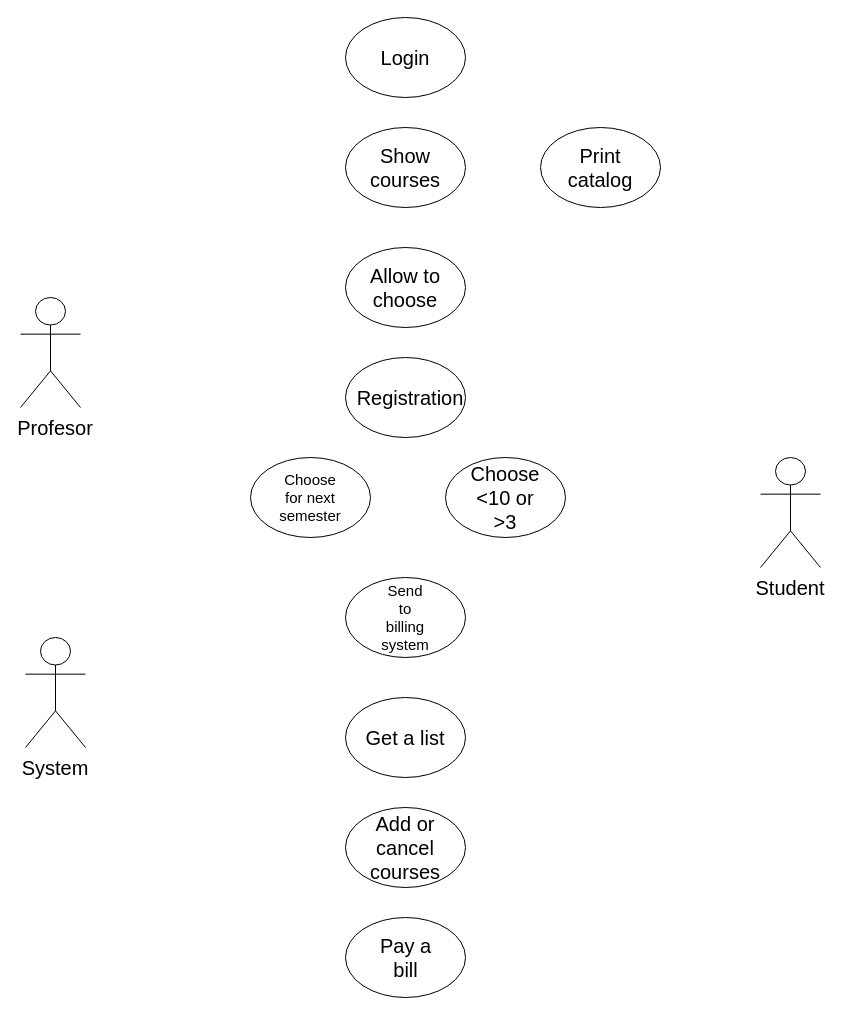
Before: Untitled Diagram.drawio in jscanjm/BelajarJava, a draw.io diagram. Source tidied: cells renumbered, new cells numbered last; positions are measured from the earlier drawing's top-left corner, leaving out a move shared by most shapes. Both pictures are drawn from the tidied source at 100%, with x=0, y=0 at pixel (20, 17).
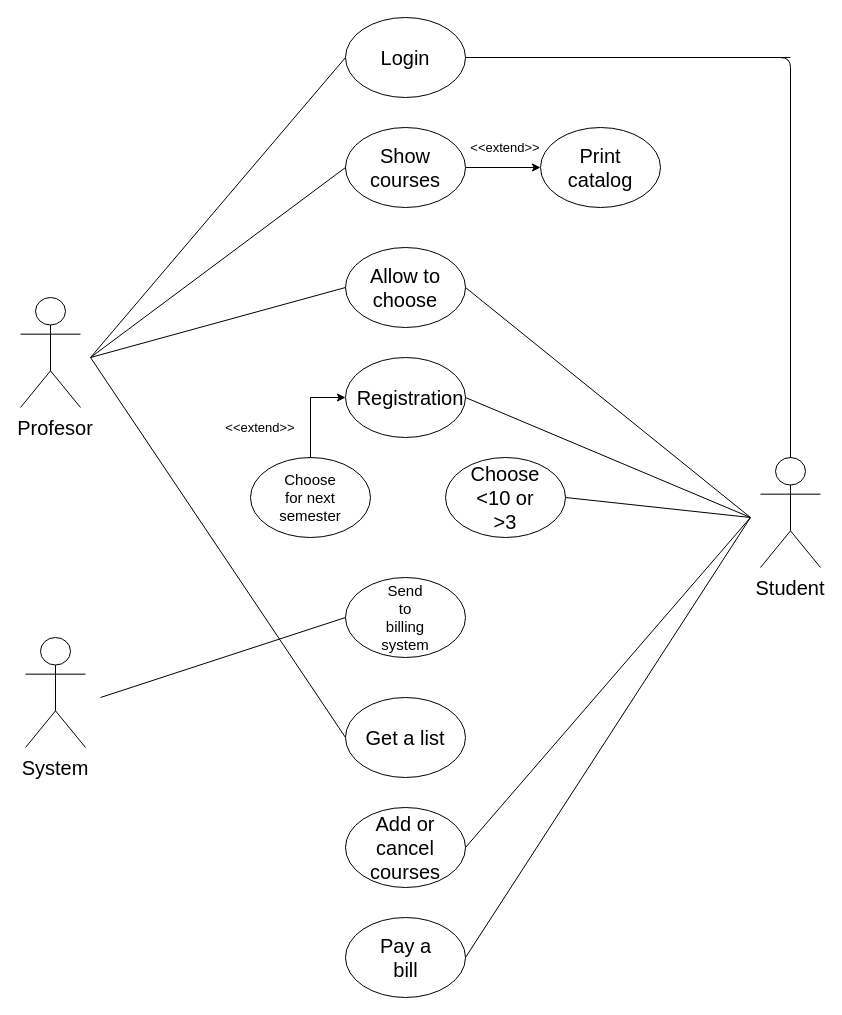
After the change.

Unchanged cells that the change refers to:
```xml
<mxCell id="2" style="ellipse;whiteSpace=wrap;html=1;" parent="1" vertex="1">
  <mxGeometry x="325" width="120" height="80" as="geometry" />
</mxCell>
<mxCell id="3" style="ellipse;whiteSpace=wrap;html=1;" parent="1" vertex="1">
  <mxGeometry x="325" y="110" width="120" height="80" as="geometry" />
</mxCell>
<mxCell id="4" style="ellipse;whiteSpace=wrap;html=1;" parent="1" vertex="1">
  <mxGeometry x="520" y="110" width="120" height="80" as="geometry" />
</mxCell>
<mxCell id="5" style="ellipse;whiteSpace=wrap;html=1;" parent="1" vertex="1">
  <mxGeometry x="325" y="230" width="120" height="80" as="geometry" />
</mxCell>
<mxCell id="6" style="ellipse;whiteSpace=wrap;html=1;" parent="1" vertex="1">
  <mxGeometry x="325" y="340" width="120" height="80" as="geometry" />
</mxCell>
<mxCell id="7" style="ellipse;whiteSpace=wrap;html=1;" parent="1" vertex="1">
  <mxGeometry x="425" y="440" width="120" height="80" as="geometry" />
</mxCell>
<mxCell id="8" style="ellipse;whiteSpace=wrap;html=1;" parent="1" vertex="1">
  <mxGeometry x="230" y="440" width="120" height="80" as="geometry" />
</mxCell>
<mxCell id="9" style="ellipse;whiteSpace=wrap;html=1;" parent="1" vertex="1">
  <mxGeometry x="325" y="560" width="120" height="80" as="geometry" />
</mxCell>
<mxCell id="10" style="ellipse;whiteSpace=wrap;html=1;" parent="1" vertex="1">
  <mxGeometry x="325" y="680" width="120" height="80" as="geometry" />
</mxCell>
<mxCell id="11" style="ellipse;whiteSpace=wrap;html=1;" parent="1" vertex="1">
  <mxGeometry x="325" y="790" width="120" height="80" as="geometry" />
</mxCell>
<mxCell id="12" style="ellipse;whiteSpace=wrap;html=1;" parent="1" vertex="1">
  <mxGeometry x="325" y="900" width="120" height="80" as="geometry" />
</mxCell>
<mxCell id="26" value="Actor" style="shape=umlActor;verticalLabelPosition=bottom;verticalAlign=top;html=1;outlineConnect=0;fontSize=20;noLabel=1;" parent="1" vertex="1">
  <mxGeometry x="740" y="440" width="60" height="110" as="geometry" />
</mxCell>
```

The edit, as a diff of the source:
```diff
@@
+    <mxCell id="31" style="edgeStyle=orthogonalEdgeStyle;rounded=0;jettySize=auto;html=1;exitX=1;exitY=0.5;exitDx=0;exitDy=0;entryX=0;entryY=0.5;entryDx=0;entryDy=0;fontSize=20;" parent="1" edge="1" source="3" target="4">
+      <mxGeometry relative="1" as="geometry" />
+    </mxCell>
@@
+    <mxCell id="32" style="edgeStyle=orthogonalEdgeStyle;rounded=0;jettySize=auto;html=1;exitX=0.5;exitY=0;exitDx=0;exitDy=0;entryX=0;entryY=0.5;entryDx=0;entryDy=0;fontSize=13;" parent="1" edge="1" source="8" target="6">
+      <mxGeometry relative="1" as="geometry" />
+    </mxCell>
@@
+    <mxCell id="33" style="endArrow=none;html=1;fontSize=20;entryX=0;entryY=0.5;entryDx=0;entryDy=0;" parent="1" edge="1" target="2">
+      <mxGeometry relative="1" as="geometry">
+        <mxPoint x="70" y="340" as="sourcePoint" />
+      </mxGeometry>
+    </mxCell>
+    <mxCell id="34" style="endArrow=none;html=1;fontSize=20;exitX=0.5;exitY=0;exitDx=0;exitDy=0;exitPerimeter=0;" parent="1" edge="1" source="26">
+      <mxGeometry relative="1" as="geometry">
+        <mxPoint x="770" y="40" as="targetPoint" />
+        <Array as="points">
+          <mxPoint x="770" y="40" />
+          <mxPoint x="440" y="40" />
+          <mxPoint x="590" y="40" />
+        </Array>
+      </mxGeometry>
+    </mxCell>
+    <mxCell id="35" value="&amp;lt;&amp;lt;extend&amp;gt;&amp;gt;" style="text;html=1;strokeColor=none;fillColor=none;align=center;verticalAlign=middle;whiteSpace=wrap;rounded=0;fontSize=13;" parent="1" vertex="1">
+      <mxGeometry x="465" y="120" width="40" height="20" as="geometry" />
+    </mxCell>
+    <mxCell id="36" style="endArrow=none;html=1;fontSize=13;entryX=0;entryY=0.5;entryDx=0;entryDy=0;" parent="1" edge="1" target="3">
+      <mxGeometry relative="1" as="geometry">
+        <mxPoint x="70" y="340" as="sourcePoint" />
+      </mxGeometry>
+    </mxCell>
+    <mxCell id="37" style="endArrow=none;html=1;fontSize=13;entryX=0;entryY=0.5;entryDx=0;entryDy=0;" parent="1" edge="1" target="5">
+      <mxGeometry relative="1" as="geometry">
+        <mxPoint x="70" y="340" as="sourcePoint" />
+      </mxGeometry>
+    </mxCell>
+    <mxCell id="38" style="endArrow=none;html=1;fontSize=13;exitX=1;exitY=0.5;exitDx=0;exitDy=0;" parent="1" edge="1" source="5">
+      <mxGeometry relative="1" as="geometry">
+        <mxPoint x="730" y="500" as="targetPoint" />
+      </mxGeometry>
+    </mxCell>
+    <mxCell id="39" style="endArrow=none;html=1;fontSize=13;exitX=1;exitY=0.5;exitDx=0;exitDy=0;" parent="1" edge="1" source="6">
+      <mxGeometry relative="1" as="geometry">
+        <mxPoint x="730" y="500" as="targetPoint" />
+      </mxGeometry>
+    </mxCell>
+    <mxCell id="40" style="endArrow=none;html=1;fontSize=13;exitX=1;exitY=0.5;exitDx=0;exitDy=0;" parent="1" edge="1" source="7">
+      <mxGeometry relative="1" as="geometry">
+        <mxPoint x="730" y="500" as="targetPoint" />
+      </mxGeometry>
+    </mxCell>
+    <mxCell id="41" value="&amp;lt;&amp;lt;extend&amp;gt;&amp;gt;" style="text;html=1;strokeColor=none;fillColor=none;align=center;verticalAlign=middle;whiteSpace=wrap;rounded=0;fontSize=13;" parent="1" vertex="1">
+      <mxGeometry x="220" y="400" width="40" height="20" as="geometry" />
+    </mxCell>
+    <mxCell id="42" style="endArrow=none;html=1;fontSize=13;entryX=0;entryY=0.5;entryDx=0;entryDy=0;" parent="1" edge="1" target="9">
+      <mxGeometry relative="1" as="geometry">
+        <mxPoint x="80" y="680" as="sourcePoint" />
+      </mxGeometry>
+    </mxCell>
+    <mxCell id="43" style="endArrow=none;html=1;fontSize=13;exitX=0;exitY=0.5;exitDx=0;exitDy=0;" parent="1" edge="1" source="10">
+      <mxGeometry relative="1" as="geometry">
+        <mxPoint x="70" y="340" as="targetPoint" />
+      </mxGeometry>
+    </mxCell>
+    <mxCell id="44" style="endArrow=none;html=1;fontSize=13;exitX=1;exitY=0.5;exitDx=0;exitDy=0;" parent="1" edge="1" source="11">
+      <mxGeometry relative="1" as="geometry">
+        <mxPoint x="730" y="500" as="targetPoint" />
+      </mxGeometry>
+    </mxCell>
+    <mxCell id="45" style="endArrow=none;html=1;fontSize=13;exitX=1;exitY=0.5;exitDx=0;exitDy=0;" parent="1" edge="1" source="12">
+      <mxGeometry relative="1" as="geometry">
+        <mxPoint x="730" y="500" as="targetPoint" />
+      </mxGeometry>
+    </mxCell>
```
